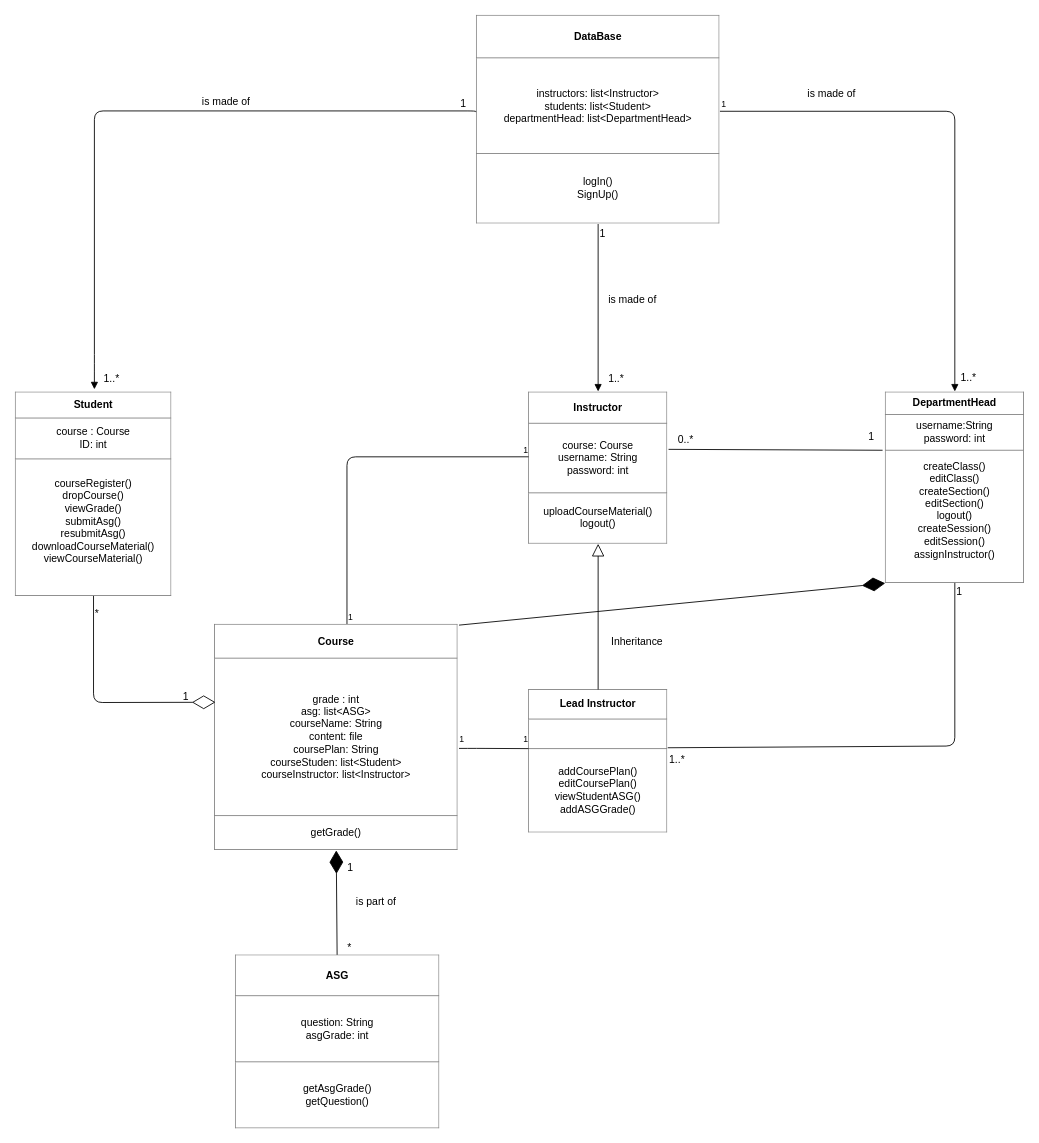
This is seng300/asg2/Untitled Diagram.drawio from ScanonA/HW, a draw.io file, before an edit. Source tidied: cells renumbered, new cells numbered last; positions are measured from the earlier drawing's top-left corner, leaving out a move shared by most shapes. Both pictures are drawn from the tidied source at 87%, with x=0, y=0 at pixel (15, 15).
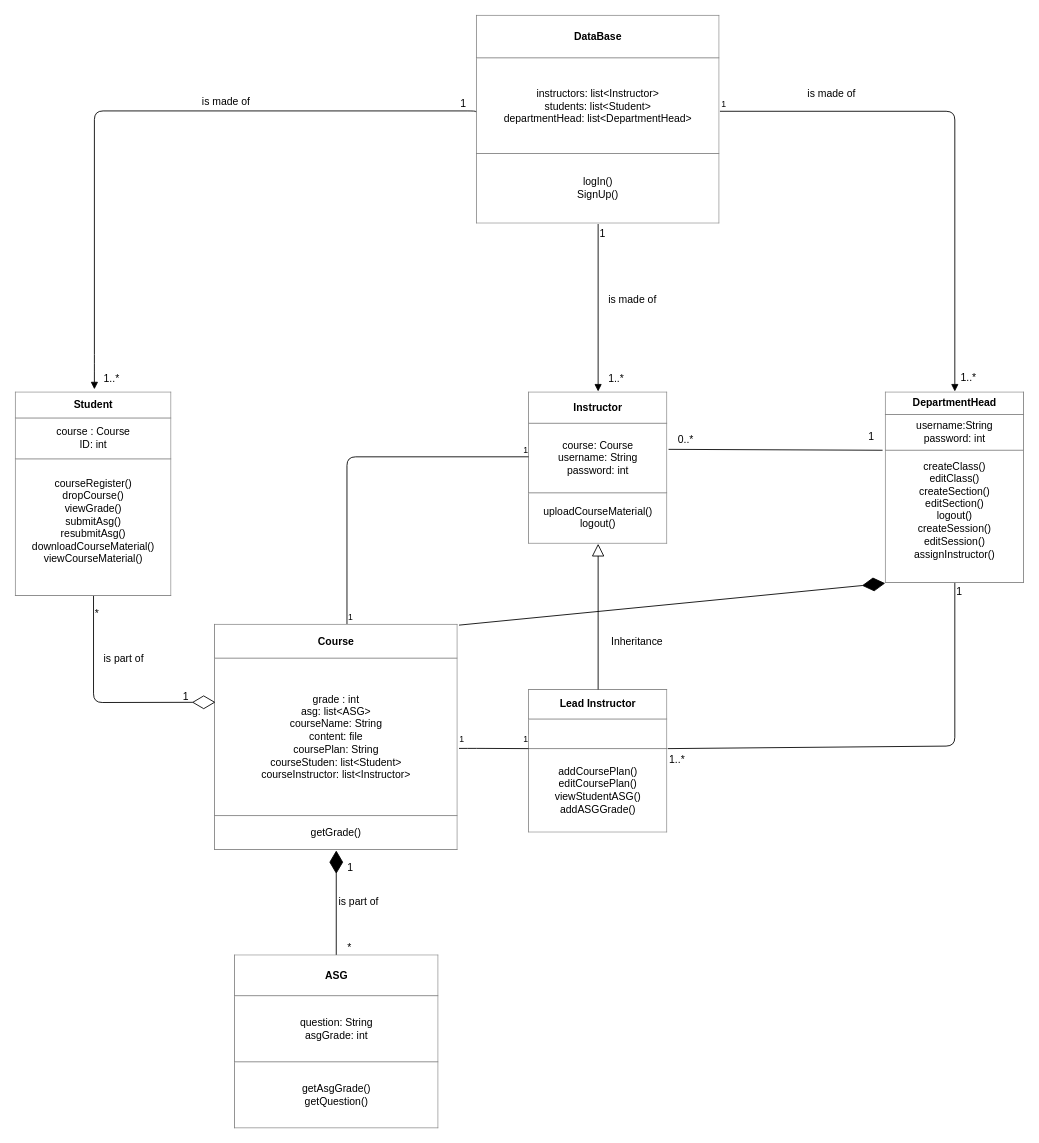
Above is the later version.

The change refers to these unchanged cells:
```xml
<mxCell id="2" value="&lt;table style=&quot;width: 100% ; height: 100% ; border-collapse: collapse&quot; width=&quot;100%&quot; cellpadding=&quot;4&quot; border=&quot;1&quot;&gt;&lt;tbody&gt;&lt;tr&gt;&lt;th align=&quot;center&quot;&gt;DepartmentHead&lt;br&gt;&lt;/th&gt;&lt;/tr&gt;&lt;tr&gt;&lt;td align=&quot;center&quot;&gt;username:String&lt;br&gt;password: int &lt;br&gt;&lt;/td&gt;&lt;/tr&gt;&lt;tr&gt;&lt;td align=&quot;center&quot;&gt;createClass()&lt;br&gt;editClass()&lt;br&gt;createSection()&lt;br&gt;editSection()&lt;br&gt;logout()&lt;br&gt;createSession()&lt;br&gt;editSession()&lt;br&gt;assignInstructor()&lt;br&gt;&lt;br&gt;&lt;/td&gt;&lt;/tr&gt;&lt;/tbody&gt;&lt;/table&gt;" style="text;html=1;strokeColor=none;fillColor=none;overflow=fill;" parent="1" vertex="1">
  <mxGeometry x="1000" y="432.5" width="160" height="220" as="geometry" />
</mxCell>
<mxCell id="4" value="&lt;table style=&quot;width: 100% ; height: 100% ; border-collapse: collapse&quot; width=&quot;100%&quot; cellpadding=&quot;4&quot; border=&quot;1&quot;&gt;&lt;tbody&gt;&lt;tr&gt;&lt;th align=&quot;center&quot;&gt;Lead Instructor&lt;br&gt;&lt;/th&gt;&lt;/tr&gt;&lt;tr&gt;&lt;td align=&quot;center&quot;&gt;&lt;br&gt;&lt;/td&gt;&lt;/tr&gt;&lt;tr&gt;&lt;td align=&quot;center&quot;&gt;addCoursePlan()&lt;br&gt;editCoursePlan()&lt;br&gt;viewStudentASG()&lt;br&gt;addASGGrade()&lt;br&gt;&lt;/td&gt;&lt;/tr&gt;&lt;/tbody&gt;&lt;/table&gt;" style="text;html=1;strokeColor=none;fillColor=none;overflow=fill;" parent="1" vertex="1">
  <mxGeometry x="590" y="775" width="160" height="165" as="geometry" />
</mxCell>
```

What changed in the source:
```diff
@@
     <mxCell id="7" value="&lt;table style=&quot;width: 100% ; height: 100% ; border-collapse: collapse&quot; width=&quot;100%&quot; cellpadding=&quot;4&quot; border=&quot;1&quot;&gt;&lt;tbody&gt;&lt;tr&gt;&lt;th align=&quot;center&quot;&gt;ASG&lt;/th&gt;&lt;/tr&gt;&lt;tr&gt;&lt;td align=&quot;center&quot;&gt;question: String&lt;br&gt;asgGrade: int&lt;br&gt;&lt;/td&gt;&lt;/tr&gt;&lt;tr&gt;&lt;td align=&quot;center&quot;&gt;getAsgGrade()&lt;br&gt;getQuestion()&lt;br&gt;&lt;/td&gt;&lt;/tr&gt;&lt;/tbody&gt;&lt;/table&gt;" style="text;html=1;strokeColor=none;fillColor=none;overflow=fill;" parent="1" vertex="1">
-      <mxGeometry x="252.5" y="1080" width="235" height="200" as="geometry" />
+      <mxGeometry x="251.5" y="1080" width="235" height="200" as="geometry" />
     </mxCell>
@@
-    <mxCell id="30" style="endArrow=none;html=1;exitX=1;exitY=0.406;exitDx=0;exitDy=0;entryX=0.5;entryY=1;entryDx=0;entryDy=0;exitPerimeter=0;" parent="1" edge="1" source="4" target="2">
+    <mxCell id="30" style="endArrow=none;html=1;entryX=0.5;entryY=1;entryDx=0;entryDy=0;exitX=1;exitY=0.412;exitDx=0;exitDy=0;exitPerimeter=0;" parent="1" edge="1" source="4" target="2">
       <mxGeometry relative="1" as="geometry">
         <Array as="points">
           <mxPoint x="1080" y="840" />
         </Array>
       </mxGeometry>
     </mxCell>
@@
     <mxCell id="33" value="is part of " style="text;html=1;align=left;verticalAlign=top;spacingTop=-4;" parent="1" vertex="1">
-      <mxGeometry x="390" y="1009" width="60" height="20" as="geometry" />
+      <mxGeometry x="370" y="1009" width="60" height="20" as="geometry" />
     </mxCell>
@@
+    <mxCell id="43" value="is part of" style="text;html=1;align=left;verticalAlign=top;spacingTop=-4;" parent="1" vertex="1">
+      <mxGeometry x="100" y="730" width="60" height="20" as="geometry" />
+    </mxCell>
```
